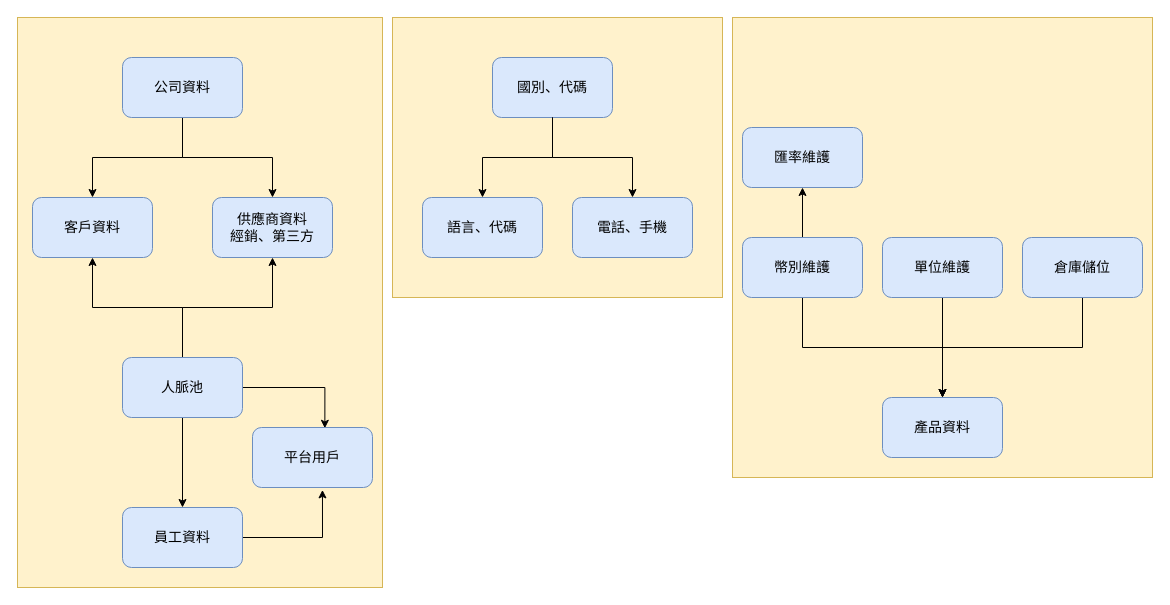
Before: fPlus_基本資料.drawio in frglobal/documents, a draw.io diagram. Source tidied: cells renumbered, new cells numbered last; positions are measured from the earlier drawing's top-left corner, leaving out a move shared by most shapes. Both pictures are drawn from the tidied source at 100%, with x=0, y=0 at pixel (17, 17).
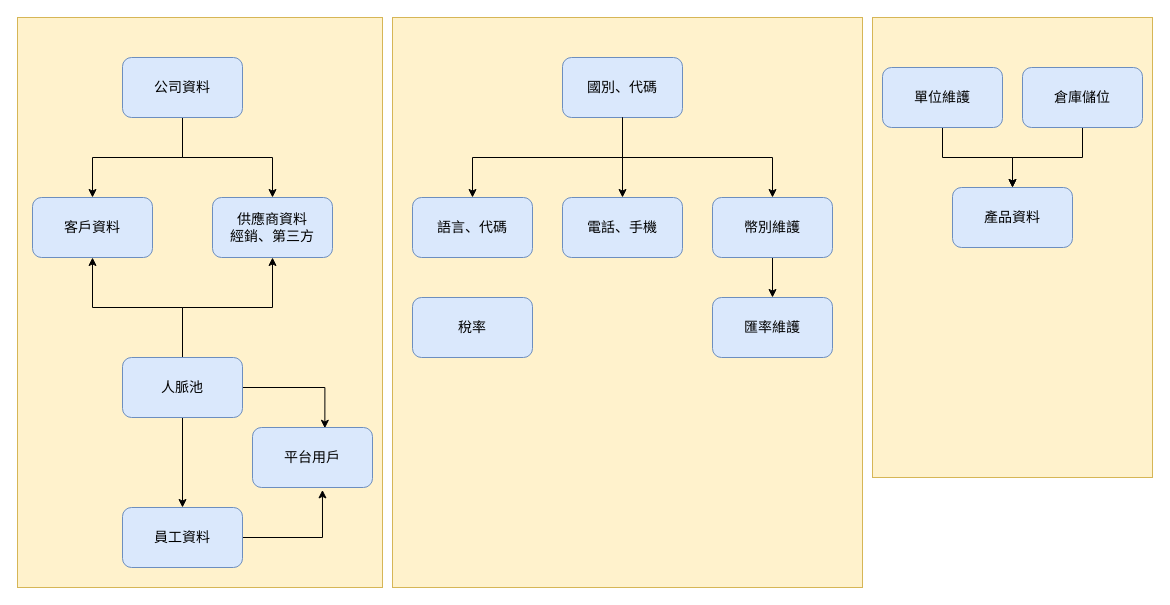
Above is the later version.

Commit message:
更新fPlus_基本資料.drawio

Change to the diagram source:
```diff
@@
     <mxCell id="2" style="rounded=0;whiteSpace=wrap;html=1;fillColor=#fff2cc;strokeColor=#d6b656;" parent="1" vertex="1">
-      <mxGeometry x="715" width="420" height="460" as="geometry" />
+      <mxGeometry x="855" width="280" height="460" as="geometry" />
     </mxCell>
@@
     <mxCell id="4" style="rounded=0;whiteSpace=wrap;html=1;fillColor=#fff2cc;strokeColor=#d6b656;" parent="1" vertex="1">
-      <mxGeometry x="375" width="330" height="280" as="geometry" />
+      <mxGeometry x="375" width="470" height="570" as="geometry" />
     </mxCell>
     <mxCell id="5" value="產品資料" style="rounded=1;whiteSpace=wrap;html=1;fillColor=#dae8fc;strokeColor=#6c8ebf;fontFamily=Noto Sans TC;fontSize=14;" parent="1" vertex="1">
-      <mxGeometry x="865" y="380" width="120" height="60" as="geometry" />
+      <mxGeometry x="935" y="170" width="120" height="60" as="geometry" />
     </mxCell>
-    <mxCell id="6" style="edgeStyle=orthogonalEdgeStyle;rounded=0;jettySize=auto;html=1;" parent="1" edge="1" source="7" target="5">
+    <mxCell id="6" style="edgeStyle=orthogonalEdgeStyle;rounded=0;jettySize=auto;html=1;entryX=0.5;entryY=0;entryDx=0;entryDy=0;" parent="1" edge="1" source="7" target="5">
       <mxGeometry relative="1" as="geometry" />
     </mxCell>
     <mxCell id="7" value="單位維護" style="rounded=1;whiteSpace=wrap;html=1;fillColor=#dae8fc;strokeColor=#6c8ebf;fontFamily=Noto Sans TC;fontSize=14;" parent="1" vertex="1">
-      <mxGeometry x="865" y="220" width="120" height="60" as="geometry" />
+      <mxGeometry x="865" y="50" width="120" height="60" as="geometry" />
     </mxCell>
@@
-    <mxCell id="22" style="edgeStyle=orthogonalEdgeStyle;rounded=0;jettySize=auto;html=1;" parent="1" edge="1" source="23" target="5">
-      <mxGeometry relative="1" as="geometry">
-        <Array as="points">
-          <mxPoint x="785" y="330" />
-          <mxPoint x="925" y="330" />
-        </Array>
-      </mxGeometry>
-    </mxCell>
     <mxCell id="23" value="幣別維護" style="rounded=1;whiteSpace=wrap;html=1;fillColor=#dae8fc;strokeColor=#6c8ebf;fontFamily=Noto Sans TC;fontSize=14;" parent="1" vertex="1">
-      <mxGeometry x="725" y="220" width="120" height="60" as="geometry" />
+      <mxGeometry x="695" y="180" width="120" height="60" as="geometry" />
     </mxCell>
     <mxCell id="24" value="匯率維護" style="rounded=1;whiteSpace=wrap;html=1;fillColor=#dae8fc;strokeColor=#6c8ebf;fontFamily=Noto Sans TC;fontSize=14;" parent="1" vertex="1">
-      <mxGeometry x="725" y="110" width="120" height="60" as="geometry" />
+      <mxGeometry x="695" y="280" width="120" height="60" as="geometry" />
     </mxCell>
     <mxCell id="25" style="edgeStyle=orthogonalEdgeStyle;rounded=0;jettySize=auto;html=1;entryX=0.5;entryY=0;entryDx=0;entryDy=0;" parent="1" edge="1" source="26" target="5">
-      <mxGeometry relative="1" as="geometry">
-        <Array as="points">
-          <mxPoint x="1065" y="330" />
-          <mxPoint x="925" y="330" />
-        </Array>
-      </mxGeometry>
+      <mxGeometry relative="1" as="geometry" />
     </mxCell>
     <mxCell id="26" value="倉庫儲位" style="rounded=1;whiteSpace=wrap;html=1;fillColor=#dae8fc;strokeColor=#6c8ebf;fontFamily=Noto Sans TC;fontSize=14;" parent="1" vertex="1">
-      <mxGeometry x="1005" y="220" width="120" height="60" as="geometry" />
+      <mxGeometry x="1005" y="50" width="120" height="60" as="geometry" />
     </mxCell>
-    <mxCell id="27" style="group;" parent="1" vertex="1">
-      <mxGeometry x="405" y="40" width="270" height="200" as="geometry" />
-    </mxCell>
+    <mxCell id="33" style="edgeStyle=orthogonalEdgeStyle;rounded=0;jettySize=auto;html=1;" parent="1" edge="1" source="28" target="23">
+      <mxGeometry relative="1" as="geometry">
+        <Array as="points">
+          <mxPoint x="605" y="140" />
+          <mxPoint x="755" y="140" />
+        </Array>
+      </mxGeometry>
+    </mxCell>
-    <mxCell id="28" value="國別、代碼" style="rounded=1;whiteSpace=wrap;html=1;fillColor=#dae8fc;strokeColor=#6c8ebf;fontFamily=Noto Sans TC;fontSize=14;" parent="27" vertex="1">
-      <mxGeometry x="70" width="120" height="60" as="geometry" />
+    <mxCell id="28" value="國別、代碼" style="rounded=1;whiteSpace=wrap;html=1;fillColor=#dae8fc;strokeColor=#6c8ebf;fontFamily=Noto Sans TC;fontSize=14;" parent="1" vertex="1">
+      <mxGeometry x="545" y="40" width="120" height="60" as="geometry" />
     </mxCell>
-    <mxCell id="29" value="語言、代碼" style="rounded=1;whiteSpace=wrap;html=1;fillColor=#dae8fc;strokeColor=#6c8ebf;fontFamily=Noto Sans TC;fontSize=14;" parent="27" vertex="1">
-      <mxGeometry y="140" width="120" height="60" as="geometry" />
+    <mxCell id="29" value="語言、代碼" style="rounded=1;whiteSpace=wrap;html=1;fillColor=#dae8fc;strokeColor=#6c8ebf;fontFamily=Noto Sans TC;fontSize=14;" parent="1" vertex="1">
+      <mxGeometry x="395" y="180" width="120" height="60" as="geometry" />
     </mxCell>
-    <mxCell id="30" style="edgeStyle=orthogonalEdgeStyle;rounded=0;jettySize=auto;html=1;entryX=0.5;entryY=0;entryDx=0;entryDy=0;" parent="27" edge="1" source="28" target="29">
-      <mxGeometry relative="1" as="geometry" />
+    <mxCell id="30" style="edgeStyle=orthogonalEdgeStyle;rounded=0;jettySize=auto;html=1;entryX=0.5;entryY=0;entryDx=0;entryDy=0;" parent="1" edge="1" source="28" target="29">
+      <mxGeometry relative="1" as="geometry">
+        <Array as="points">
+          <mxPoint x="605" y="140" />
+          <mxPoint x="455" y="140" />
+        </Array>
+      </mxGeometry>
     </mxCell>
-    <mxCell id="31" value="電話、手機" style="rounded=1;whiteSpace=wrap;html=1;fillColor=#dae8fc;strokeColor=#6c8ebf;fontFamily=Noto Sans TC;fontSize=14;" parent="27" vertex="1">
-      <mxGeometry x="150" y="140" width="120" height="60" as="geometry" />
+    <mxCell id="31" value="電話、手機" style="rounded=1;whiteSpace=wrap;html=1;fillColor=#dae8fc;strokeColor=#6c8ebf;fontFamily=Noto Sans TC;fontSize=14;" parent="1" vertex="1">
+      <mxGeometry x="545" y="180" width="120" height="60" as="geometry" />
     </mxCell>
-    <mxCell id="32" style="edgeStyle=orthogonalEdgeStyle;rounded=0;jettySize=auto;html=1;" parent="27" edge="1" source="28" target="31">
+    <mxCell id="32" style="edgeStyle=orthogonalEdgeStyle;rounded=0;jettySize=auto;html=1;" parent="1" edge="1" source="28" target="31">
       <mxGeometry relative="1" as="geometry" />
     </mxCell>
+    <mxCell id="34" value="稅率" style="rounded=1;whiteSpace=wrap;html=1;fillColor=#dae8fc;strokeColor=#6c8ebf;fontFamily=Noto Sans TC;fontSize=14;" parent="1" vertex="1">
+      <mxGeometry x="395" y="280" width="120" height="60" as="geometry" />
+    </mxCell>
```
